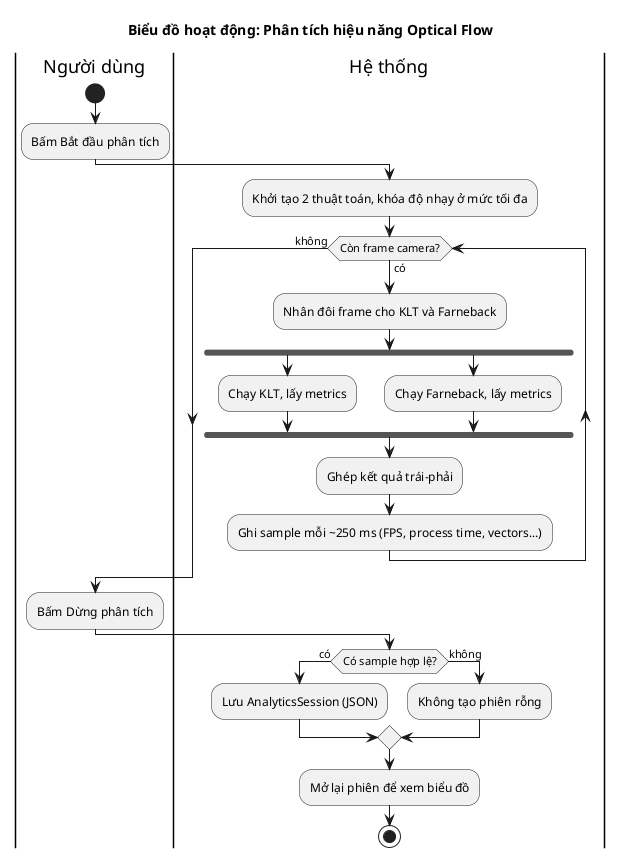
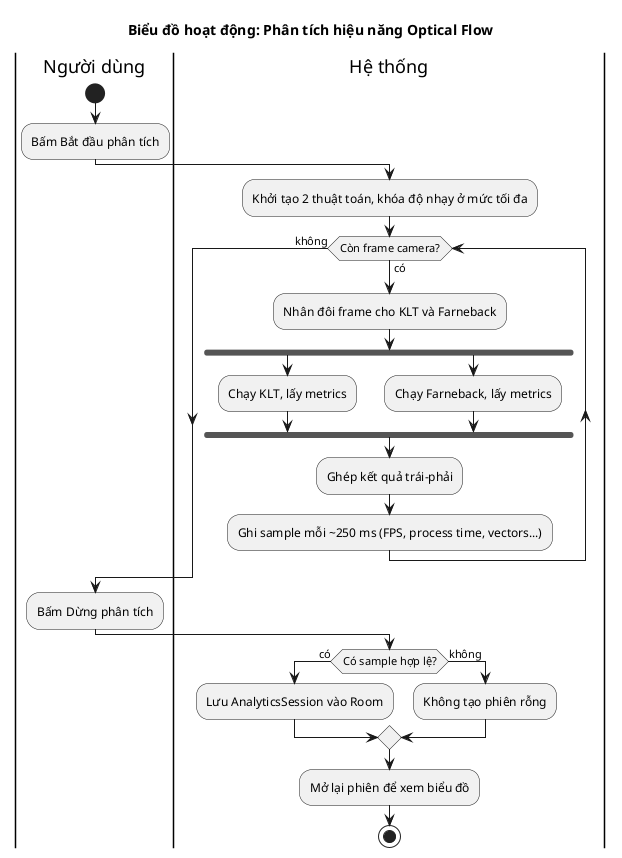
@startuml activity_phan_tich_hieu_nang
' Render: tạo ảnh figures/activity_phan_tich_hieu_nang.png cho mục 2.3.4
skinparam defaultFontName "Times New Roman"
title Biểu đồ hoạt động: Phân tích hiệu năng Optical Flow

|Người dùng|
start
:Bấm Bắt đầu phân tích;
|Hệ thống|
:Khởi tạo 2 thuật toán, khóa độ nhạy ở mức tối đa;
while (Còn frame camera?) is (có)
  :Nhân đôi frame cho KLT và Farneback;
  fork
    :Chạy KLT, lấy metrics;
  fork again
    :Chạy Farneback, lấy metrics;
  end fork
  :Ghép kết quả trái-phải;
  :Ghi sample mỗi ~250 ms (FPS, process time, vectors...);
endwhile (không)
|Người dùng|
:Bấm Dừng phân tích;
|Hệ thống|
if (Có sample hợp lệ?) then (có)
-   :Lưu AnalyticsSession (JSON);
+   :Lưu AnalyticsSession vào Room;
else (không)
  :Không tạo phiên rỗng;
endif
:Mở lại phiên để xem biểu đồ;
stop
@enduml
